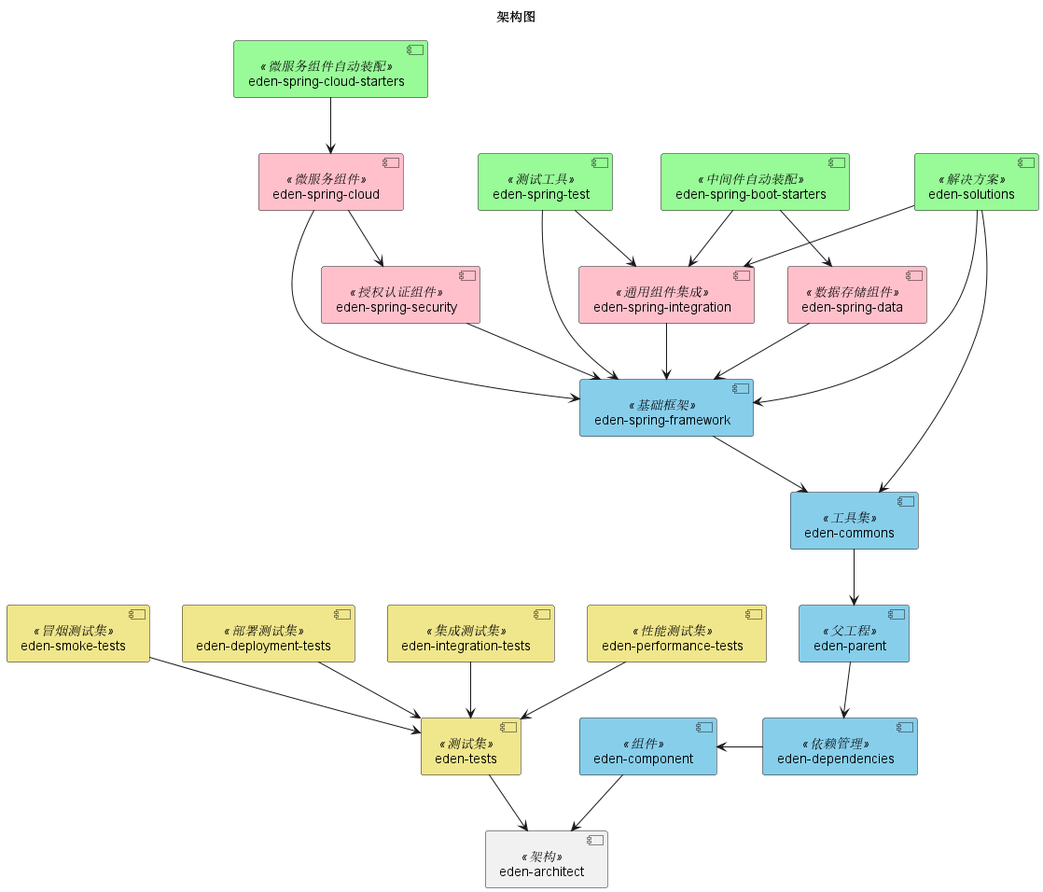
This is eden-architect/component.png from shiyindaxiaojie/images, a PlantUML export, as it was before one commit. Its diagram source:
```plantuml
@startuml

!if %variable_exists("$THEME")
title 架构图 - $THEME theme
!else
title 架构图
!endif


[eden-architect] <<架构>>

[eden-component] <<组件>>
[eden-dependencies] <<依赖管理>>
[eden-parent] <<父工程>>
[eden-commons] <<工具集>>
[eden-spring-framework] <<基础框架>>
[eden-spring-data] <<数据存储组件>>
[eden-spring-security] <<授权认证组件>>
[eden-spring-integration] <<通用组件集成>>
[eden-spring-boot-starters] <<中间件自动装配>>
[eden-spring-cloud] <<微服务组件>>
[eden-spring-cloud-starters] <<微服务组件自动装配>>
[eden-spring-test] <<测试工具>>
[eden-solutions] <<解决方案>>

[eden-tests] <<测试集>>
[eden-deployment-tests] <<部署测试集>>
[eden-integration-tests] <<集成测试集>>
[eden-performance-tests] <<性能测试集>>
[eden-smoke-tests] <<冒烟测试集>>

skinparam component {
 	backgroundColor<<组件>> SkyBlue
    backgroundColor<<依赖管理>> SkyBlue
    backgroundColor<<父工程>> SkyBlue
    backgroundColor<<工具集>> SkyBlue
    backgroundColor<<基础框架>> SkyBlue
	backgroundColor<<数据存储组件>> Pink
	backgroundColor<<授权认证组件>> Pink
	backgroundColor<<通用组件集成>> Pink
	backgroundColor<<微服务组件>> Pink
    backgroundColor<<中间件自动装配>> PaleGreen
    backgroundColor<<微服务组件自动装配>> PaleGreen
    backgroundColor<<测试工具>> PaleGreen
	backgroundColor<<解决方案>> PaleGreen

	backgroundColor<<测试集>> Khaki
	backgroundColor<<部署测试集>> Khaki
	backgroundColor<<集成测试集>> Khaki
	backgroundColor<<性能测试集>> Khaki
	backgroundColor<<冒烟测试集>> Khaki
}

[eden-component] --> [eden-architect]
[eden-dependencies] -l-> [eden-component]
[eden-parent] --> [eden-dependencies]
[eden-commons] --> [eden-parent]
[eden-spring-framework] --> [eden-commons]
[eden-spring-data] --> [eden-spring-framework]
[eden-spring-security] --> [eden-spring-framework]
[eden-spring-integration] --> [eden-spring-framework]
[eden-spring-cloud] --> [eden-spring-framework]
[eden-spring-cloud] --> [eden-spring-security]
[eden-spring-test] --> [eden-spring-framework]
[eden-spring-test] --> [eden-spring-integration]
[eden-spring-boot-starters] --> [eden-spring-data]
[eden-spring-boot-starters] --> [eden-spring-integration]
[eden-spring-cloud-starters] --> [eden-spring-cloud]
[eden-solutions] --> [eden-commons]
[eden-solutions] --> [eden-spring-framework]
[eden-solutions] --> [eden-spring-integration]

[eden-tests] --> [eden-architect]
[eden-deployment-tests] --> [eden-tests]
[eden-integration-tests] --> [eden-tests]
[eden-performance-tests] --> [eden-tests]
[eden-smoke-tests] --> [eden-tests]

@enduml
```
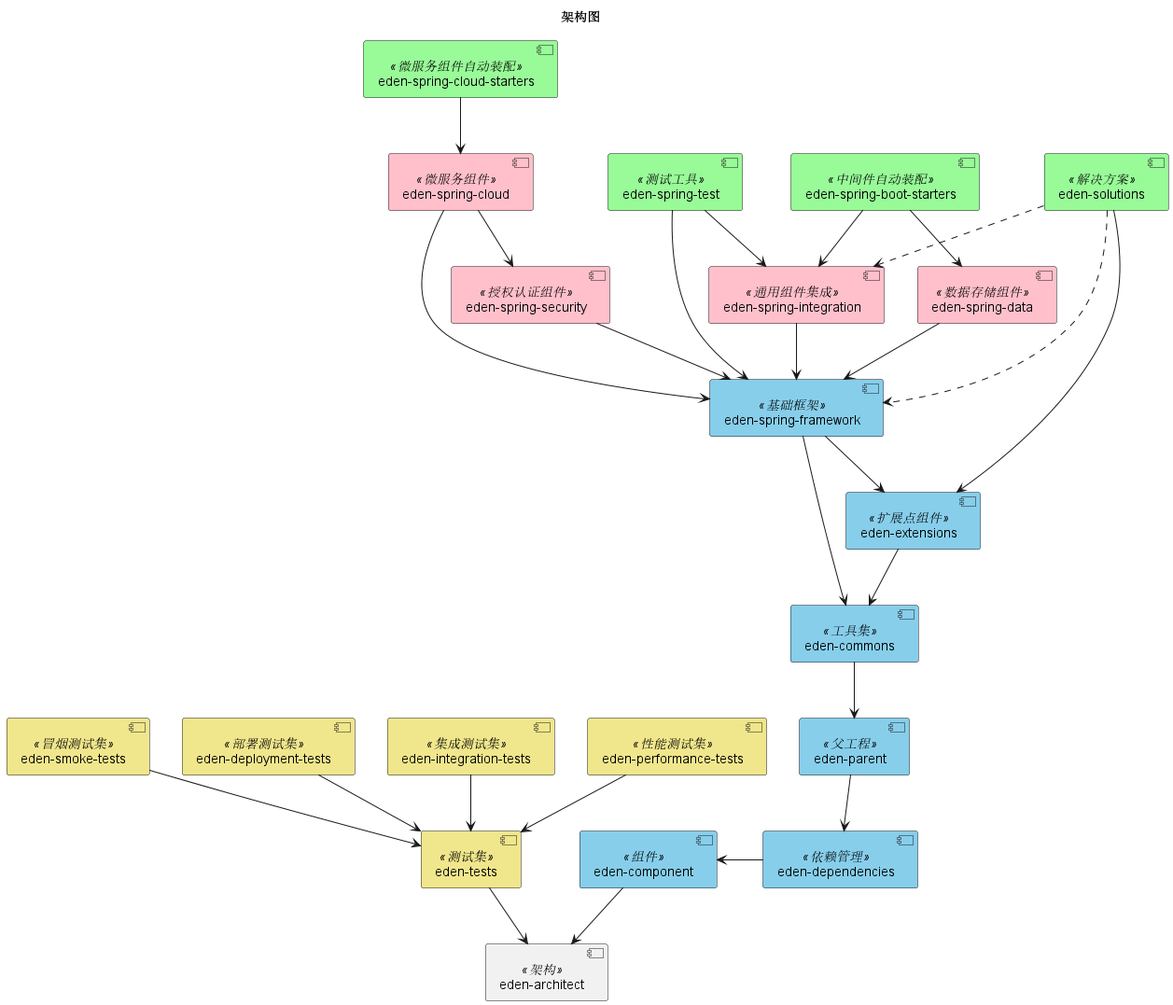
After the change.

Diff of the diagram source:
```diff
@@ -13,6 +13,7 @@
 [eden-dependencies] <<依赖管理>>
 [eden-parent] <<父工程>>
 [eden-commons] <<工具集>>
+[eden-extensions] <<扩展点组件>>
 [eden-spring-framework] <<基础框架>>
 [eden-spring-data] <<数据存储组件>>
 [eden-spring-security] <<授权认证组件>>
@@ -34,6 +35,7 @@
     backgroundColor<<依赖管理>> SkyBlue
     backgroundColor<<父工程>> SkyBlue
     backgroundColor<<工具集>> SkyBlue
+    backgroundColor<<扩展点组件>> SkyBlue
     backgroundColor<<基础框架>> SkyBlue
 	backgroundColor<<数据存储组件>> Pink
 	backgroundColor<<授权认证组件>> Pink
@@ -55,7 +57,9 @@
 [eden-dependencies] -l-> [eden-component]
 [eden-parent] --> [eden-dependencies]
 [eden-commons] --> [eden-parent]
+[eden-extensions] --> [eden-commons]
 [eden-spring-framework] --> [eden-commons]
+[eden-spring-framework] --> [eden-extensions]
 [eden-spring-data] --> [eden-spring-framework]
 [eden-spring-security] --> [eden-spring-framework]
 [eden-spring-integration] --> [eden-spring-framework]
@@ -66,9 +70,9 @@
 [eden-spring-boot-starters] --> [eden-spring-data]
 [eden-spring-boot-starters] --> [eden-spring-integration]
 [eden-spring-cloud-starters] --> [eden-spring-cloud]
-[eden-solutions] --> [eden-commons]
-[eden-solutions] --> [eden-spring-framework]
-[eden-solutions] --> [eden-spring-integration]
+[eden-solutions] --> [eden-extensions]
+[eden-solutions] ..> [eden-spring-framework]
+[eden-solutions] ..> [eden-spring-integration]
 
 [eden-tests] --> [eden-architect]
 [eden-deployment-tests] --> [eden-tests]
```
